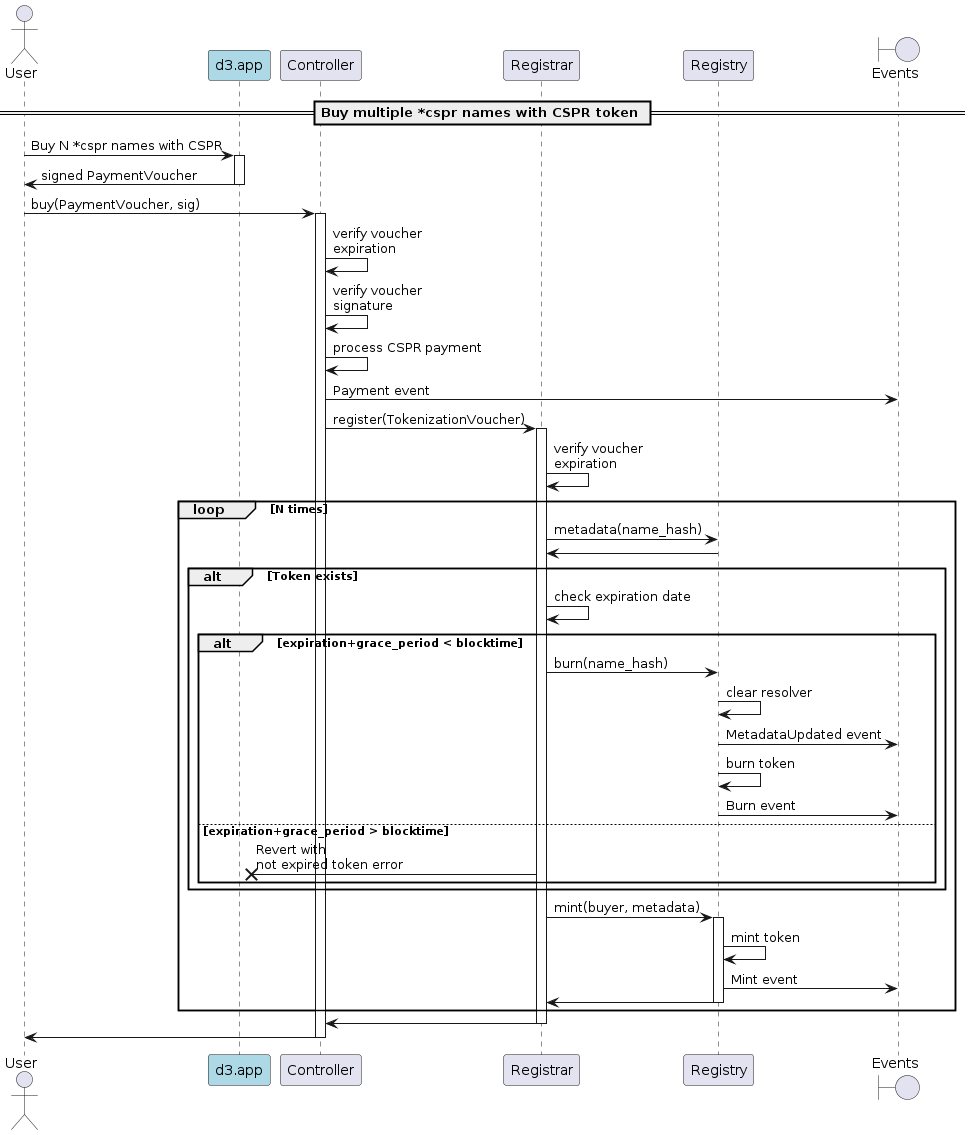
Before: docs/sequence-diagrams/puml/onchain-multiple-purchase.png, a diagram exported from PlantUML (make-software/cspr-name-contracts).
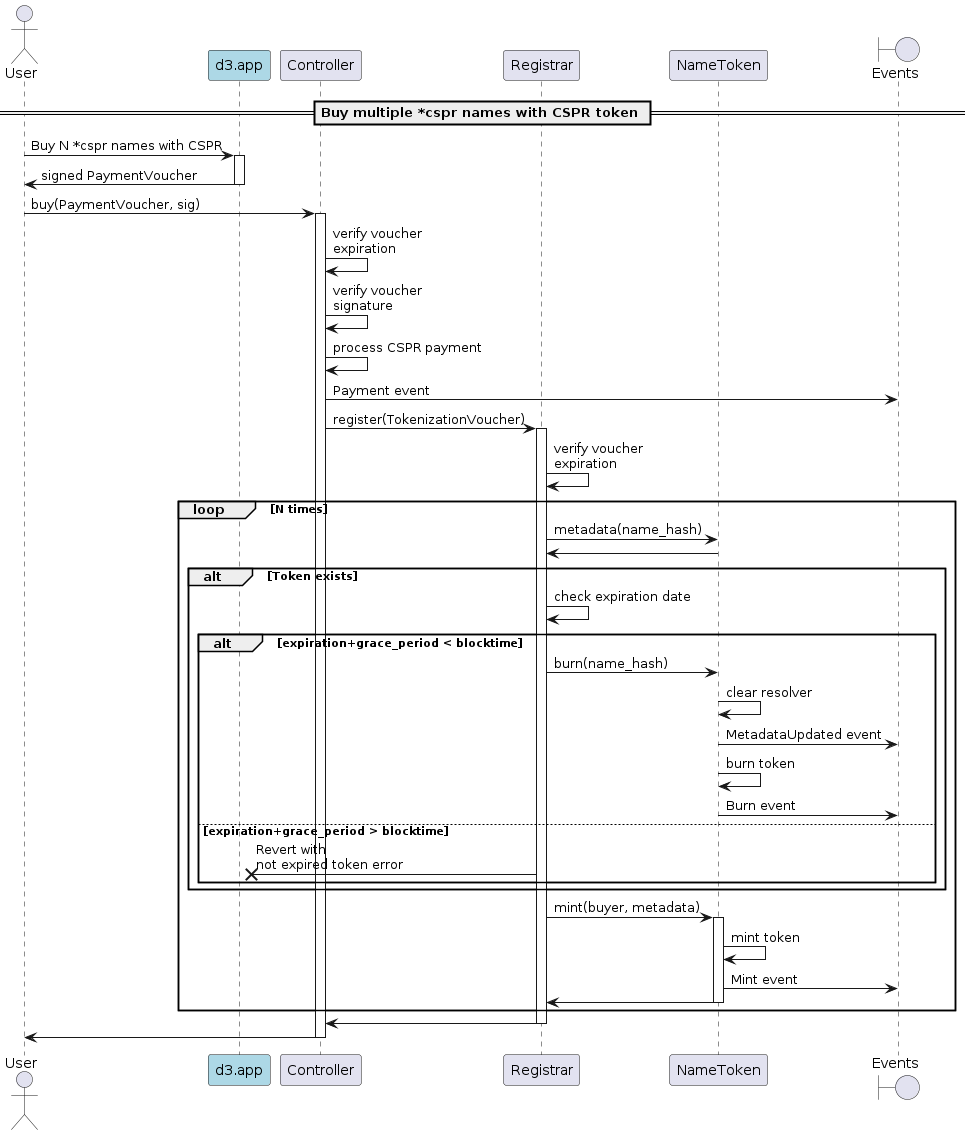
The same file after the commit.

Change to the diagram source:
```diff
@@ -4,7 +4,7 @@
 participant "d3.app" as d3 #lightblue
 participant "Controller"
 participant "Registrar"
-participant "Registry"
+participant "NameToken"
 boundary "Events"
 
 == Buy multiple *cspr names with CSPR token ==
@@ -24,26 +24,26 @@
 activate Registrar
 Registrar -> Registrar: verify voucher\nexpiration
     loop N times
-        Registrar -> Registry: metadata(name_hash)
-        Registry -> Registrar
+        Registrar -> NameToken: metadata(name_hash)
+        NameToken -> Registrar
         alt Token exists
             Registrar -> Registrar: check expiration date
             alt expiration+grace_period < blocktime
-                Registrar -> Registry: burn(name_hash)
-                Registry -> Registry: clear resolver
-                Registry -> "Events": MetadataUpdated event
-                Registry -> Registry: burn token
-                Registry -> "Events": Burn event
+                Registrar -> NameToken: burn(name_hash)
+                NameToken -> NameToken: clear resolver
+                NameToken -> "Events": MetadataUpdated event
+                NameToken -> NameToken: burn token
+                NameToken -> "Events": Burn event
             else expiration+grace_period > blocktime
                 Registrar ->x d3: Revert with\nnot expired token error
             end
         end
-        Registrar -> Registry: mint(buyer, metadata)
-        activate Registry
-        Registry -> Registry: mint token
-        Registry -> "Events": Mint event
-        Registry -> Registrar
-        deactivate Registry
+        Registrar -> NameToken: mint(buyer, metadata)
+        activate NameToken
+        NameToken -> NameToken: mint token
+        NameToken -> "Events": Mint event
+        NameToken -> Registrar
+        deactivate NameToken
     end loop
 Registrar -> Controller
 deactivate Registrar
```
